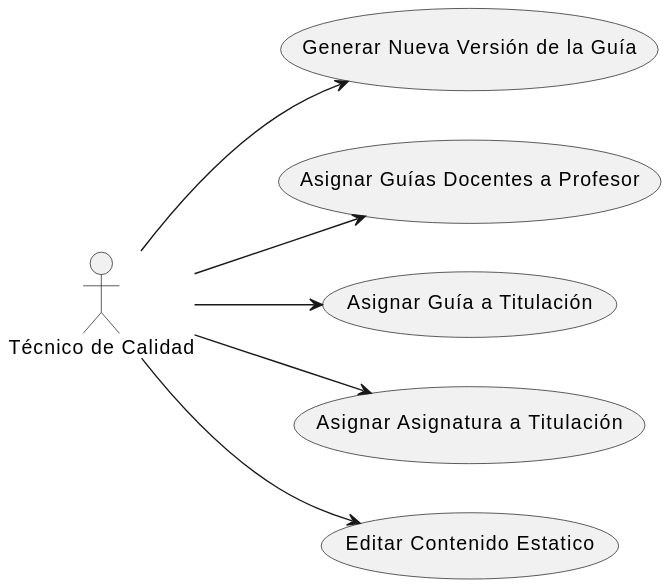
The PlantUML diagram images/modelosUML/CasosDeUsoActores/CasosDeUsoTecnicoDeCalidad.svg in mmasias/24-25-IdSw1-SDR, before a commit. Its diagram source:
```plantuml
@startuml
left to right direction

actor "Técnico de Calidad" as TecnicoCalidad

usecase "Generar Nueva Versión de la Guía" as GenerarVersion
usecase "Asignar Guías Docentes a Profesor" as AsignarGuiaProfesor
usecase "Asignar Guía a Titulación" as AsignarGuiaTitulacion
usecase "Asignar Asignatura a Titulación" as AsignarAsignaturaTitulacion
usecase "Editar Contenido Estatico" as EditarContenidoEstatico

TecnicoCalidad --> GenerarVersion
TecnicoCalidad --> AsignarGuiaProfesor
TecnicoCalidad --> AsignarGuiaTitulacion
TecnicoCalidad --> AsignarAsignaturaTitulacion
TecnicoCalidad --> EditarContenidoEstatico
@enduml
```
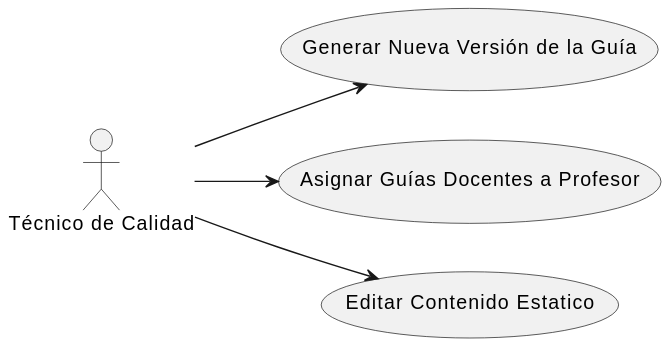
After the commit.

Commit message:
Update casos de uso tecnico de calidad

What changed in the source:
```diff
@@ -5,13 +5,9 @@
 
 usecase "Generar Nueva Versión de la Guía" as GenerarVersion
 usecase "Asignar Guías Docentes a Profesor" as AsignarGuiaProfesor
-usecase "Asignar Guía a Titulación" as AsignarGuiaTitulacion
-usecase "Asignar Asignatura a Titulación" as AsignarAsignaturaTitulacion
 usecase "Editar Contenido Estatico" as EditarContenidoEstatico
 
 TecnicoCalidad --> GenerarVersion
 TecnicoCalidad --> AsignarGuiaProfesor
-TecnicoCalidad --> AsignarGuiaTitulacion
-TecnicoCalidad --> AsignarAsignaturaTitulacion
 TecnicoCalidad --> EditarContenidoEstatico
 @enduml
```
